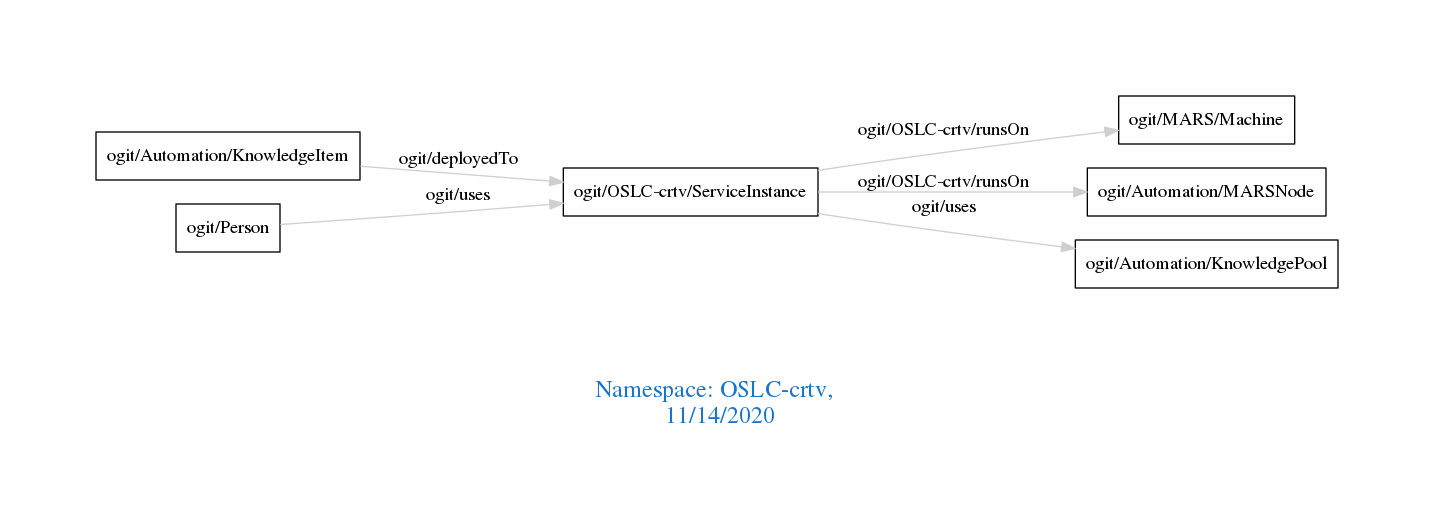
Before: downloads/OSLC-crtv.png, a diagram exported from Graphviz (arago/OGIT). Its source is kept beside it as downloads/OSLC-crtv.dot.
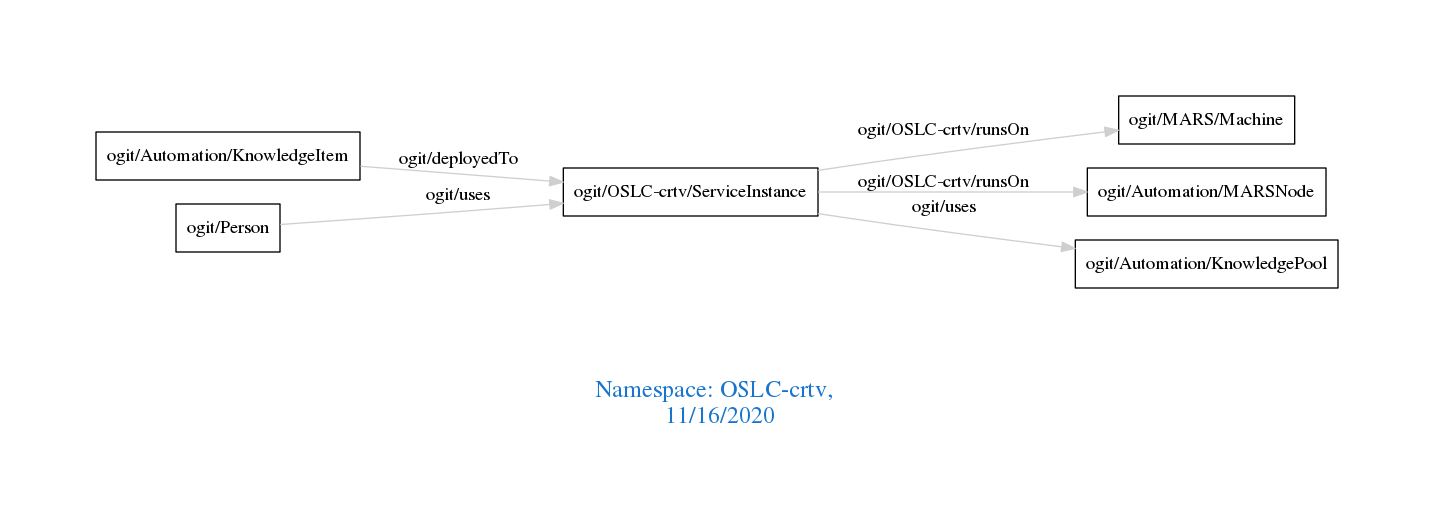
After the commit.

Change to the diagram source:
```diff
@@ -1,7 +1,7 @@
 digraph OGIT_ontology {
  graph [ rankdir= LR,pad=1
 fontsize = 18,
-fontcolor= dodgerblue3,label = "\n\n\nNamespace: OSLC-crtv, \n 11/14/2020"];
+fontcolor= dodgerblue3,label = "\n\n\nNamespace: OSLC-crtv, \n 11/16/2020"];
 node[shape=polygon];
 edge [  color="gray81"];
 
```
